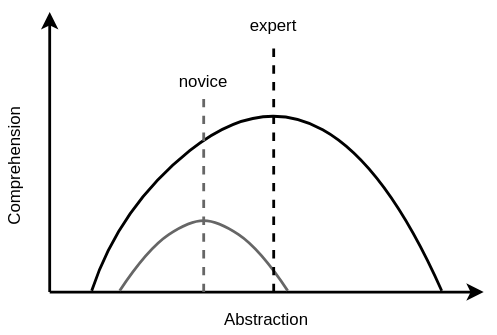
gvwilson/rsdx keeps this draw.io diagram as docs/intro/comprehension.svg. Above is the earlier version. Source tidied: cells renumbered, new cells last; positions are measured from the earlier drawing's top-left corner, leaving out a move shared by most shapes.
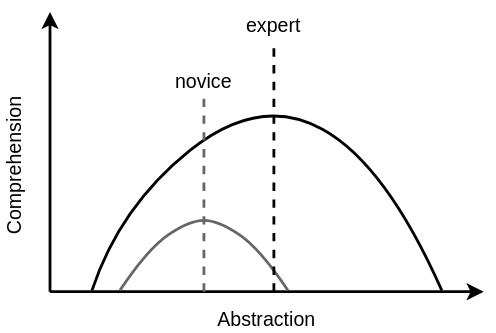
The same diagram one commit later.

The edit, as a diff of the source:
```diff
@@ -2,25 +2,25 @@
   <root>
     <mxCell id="0" />
     <mxCell id="1" parent="0" />
-    <mxCell id="2" style="endArrow=classic;html=1;strokeWidth=2;fontFamily=Helvetica;fontSize=12;" parent="1" edge="1">
+    <mxCell id="2" style="endArrow=classic;html=1;strokeWidth=2;fontFamily=Helvetica;fontSize=14;" parent="1" edge="1">
       <mxGeometry relative="1" as="geometry">
         <mxPoint x="90" y="200" as="sourcePoint" />
         <mxPoint x="400" y="200" as="targetPoint" />
       </mxGeometry>
     </mxCell>
-    <mxCell id="3" style="endArrow=classic;html=1;strokeWidth=2;fontFamily=Helvetica;fontSize=12;" parent="1" edge="1">
+    <mxCell id="3" style="endArrow=classic;html=1;strokeWidth=2;fontFamily=Helvetica;fontSize=14;" parent="1" edge="1">
       <mxGeometry relative="1" as="geometry">
         <mxPoint x="90" y="200" as="sourcePoint" />
         <mxPoint x="90" as="targetPoint" />
       </mxGeometry>
     </mxCell>
-    <mxCell id="4" value="&lt;font style=&quot;font-size: 12px;&quot;&gt;Abstraction&lt;/font&gt;" style="text;html=1;strokeColor=none;fillColor=none;align=center;verticalAlign=middle;whiteSpace=wrap;rounded=0;fontFamily=Helvetica;fontSize=12;" parent="1" vertex="1">
+    <mxCell id="4" value="&lt;font style=&quot;font-size: 14px;&quot;&gt;Abstraction&lt;/font&gt;" style="text;html=1;strokeColor=none;fillColor=none;align=center;verticalAlign=middle;whiteSpace=wrap;rounded=0;fontFamily=Helvetica;fontSize=14;" parent="1" vertex="1">
       <mxGeometry x="190" y="210" width="110" height="20" as="geometry" />
     </mxCell>
-    <mxCell id="5" value="&lt;font style=&quot;font-size: 12px;&quot;&gt;Comprehension&lt;br style=&quot;font-size: 12px;&quot;&gt;&lt;/font&gt;" style="text;html=1;strokeColor=none;fillColor=none;align=center;verticalAlign=middle;whiteSpace=wrap;rounded=0;rotation=-90;fontFamily=Helvetica;fontSize=12;" parent="1" vertex="1">
+    <mxCell id="5" value="&lt;font style=&quot;font-size: 14px;&quot;&gt;Comprehension&lt;br style=&quot;font-size: 14px;&quot;&gt;&lt;/font&gt;" style="text;html=1;strokeColor=none;fillColor=none;align=center;verticalAlign=middle;whiteSpace=wrap;rounded=0;rotation=-90;fontFamily=Helvetica;fontSize=14;" parent="1" vertex="1">
       <mxGeometry y="100" width="130" height="20" as="geometry" />
     </mxCell>
-    <mxCell id="6" style="curved=1;endArrow=none;html=1;strokeWidth=2;endFill=0;fillColor=#f5f5f5;strokeColor=#666666;fontFamily=Helvetica;fontSize=12;" parent="1" edge="1">
+    <mxCell id="6" style="curved=1;endArrow=none;html=1;strokeWidth=2;endFill=0;fillColor=#f5f5f5;strokeColor=#666666;fontFamily=Helvetica;fontSize=14;" parent="1" edge="1">
       <mxGeometry relative="1" as="geometry">
         <mxPoint x="140" y="199" as="sourcePoint" />
         <mxPoint x="260" y="199" as="targetPoint" />
@@ -32,7 +32,7 @@
         </Array>
       </mxGeometry>
     </mxCell>
-    <mxCell id="7" style="curved=1;endArrow=none;html=1;strokeWidth=2;endFill=0;fontFamily=Helvetica;fontSize=12;" parent="1" edge="1">
+    <mxCell id="7" style="curved=1;endArrow=none;html=1;strokeWidth=2;endFill=0;fontFamily=Helvetica;fontSize=14;" parent="1" edge="1">
       <mxGeometry relative="1" as="geometry">
         <mxPoint x="120" y="199" as="sourcePoint" />
         <mxPoint x="370" y="199" as="targetPoint" />
@@ -43,20 +43,20 @@
         </Array>
       </mxGeometry>
     </mxCell>
-    <mxCell id="8" style="endArrow=none;dashed=1;html=1;strokeWidth=2;fillColor=#f5f5f5;strokeColor=#666666;fontFamily=Helvetica;entryX=0.5;entryY=1;entryDx=0;entryDy=0;fontSize=12;" parent="1" edge="1" target="11">
+    <mxCell id="8" style="endArrow=none;dashed=1;html=1;strokeWidth=2;fillColor=#f5f5f5;strokeColor=#666666;fontFamily=Helvetica;entryX=0.5;entryY=1;entryDx=0;entryDy=0;fontSize=14;" parent="1" edge="1" target="11">
       <mxGeometry relative="1" as="geometry">
         <mxPoint x="200" y="200" as="sourcePoint" />
       </mxGeometry>
     </mxCell>
-    <mxCell id="9" style="endArrow=none;dashed=1;html=1;strokeWidth=2;fontFamily=Helvetica;entryX=0.5;entryY=1;entryDx=0;entryDy=0;fontSize=12;" parent="1" edge="1" target="10">
+    <mxCell id="9" style="endArrow=none;dashed=1;html=1;strokeWidth=2;fontFamily=Helvetica;entryX=0.5;entryY=1;entryDx=0;entryDy=0;fontSize=14;" parent="1" edge="1" target="10">
       <mxGeometry relative="1" as="geometry">
         <mxPoint x="250" y="200" as="sourcePoint" />
       </mxGeometry>
     </mxCell>
-    <mxCell id="10" value="&lt;font style=&quot;font-size: 12px;&quot;&gt;expert&lt;/font&gt;" style="text;html=1;strokeColor=none;fillColor=none;align=center;verticalAlign=middle;whiteSpace=wrap;rounded=0;fontFamily=Helvetica;fontSize=12;" parent="1" vertex="1">
+    <mxCell id="10" value="&lt;font style=&quot;font-size: 14px;&quot;&gt;expert&lt;/font&gt;" style="text;html=1;strokeColor=none;fillColor=none;align=center;verticalAlign=middle;whiteSpace=wrap;rounded=0;fontFamily=Helvetica;fontSize=14;" parent="1" vertex="1">
       <mxGeometry x="220" width="60" height="20" as="geometry" />
     </mxCell>
-    <mxCell id="11" value="&lt;font style=&quot;font-size: 12px;&quot;&gt;novice&lt;/font&gt;" style="text;html=1;strokeColor=none;fillColor=none;align=center;verticalAlign=middle;whiteSpace=wrap;rounded=0;fontFamily=Helvetica;fontSize=12;" parent="1" vertex="1">
+    <mxCell id="11" value="&lt;font style=&quot;font-size: 14px;&quot;&gt;novice&lt;/font&gt;" style="text;html=1;strokeColor=none;fillColor=none;align=center;verticalAlign=middle;whiteSpace=wrap;rounded=0;fontFamily=Helvetica;fontSize=14;" parent="1" vertex="1">
       <mxGeometry x="170" y="40" width="60" height="20" as="geometry" />
     </mxCell>
   </root>
```
